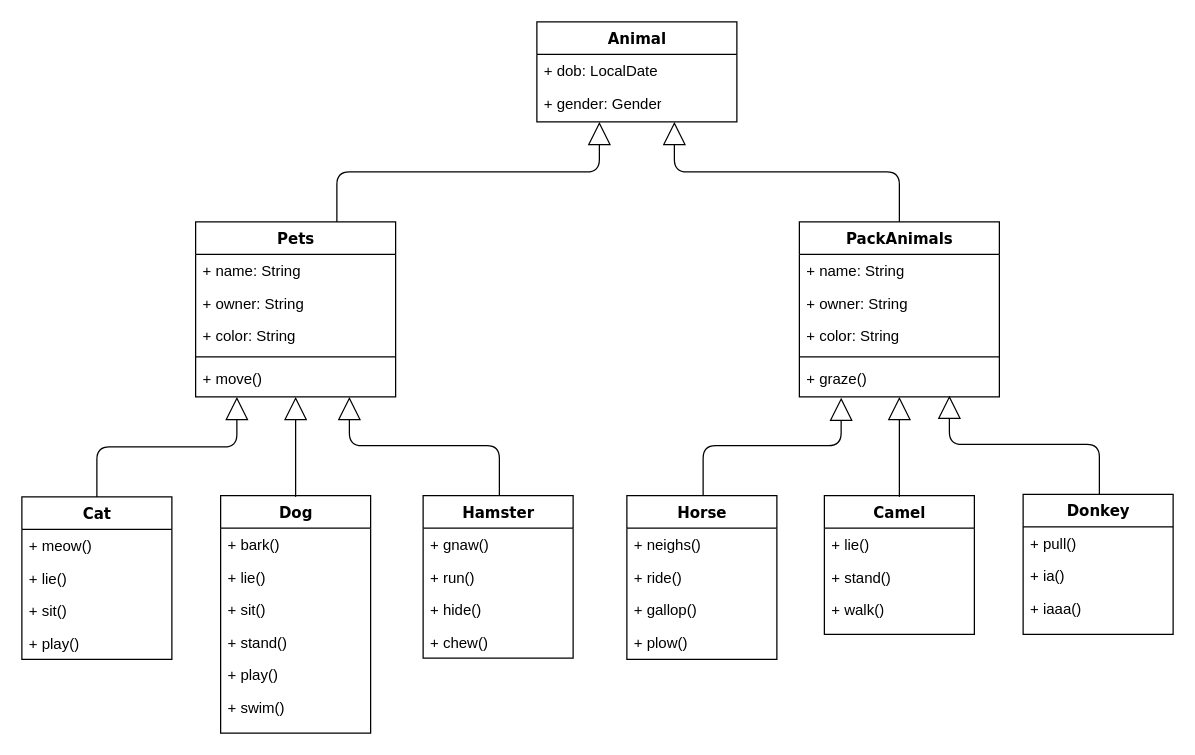
Before: Ubuntu commands, diagram, SQL queries/diagram.drawio in Alexey-Rotar/Animals, a draw.io diagram. Source tidied: cells renumbered, new cells numbered last; positions are measured from the earlier drawing's top-left corner, leaving out a move shared by most shapes. Both pictures are drawn from the tidied source at 125%, with x=0, y=0 at pixel (21, 21).
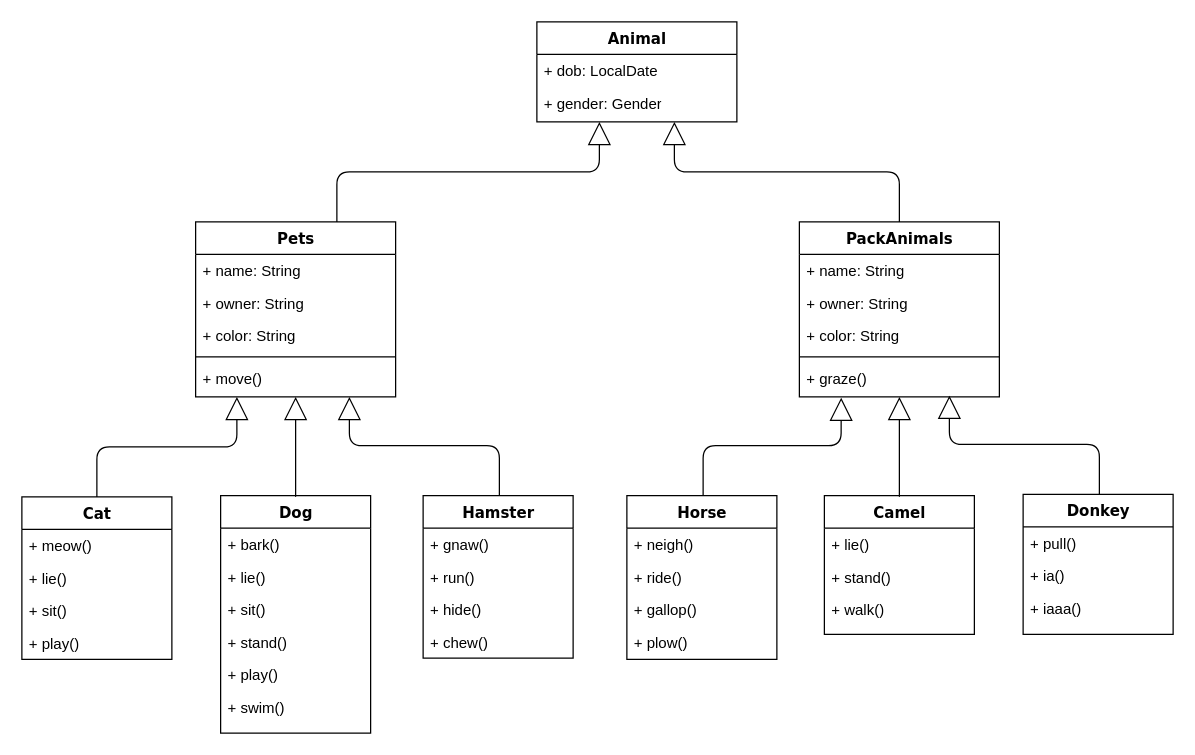
After the change.

The change refers to these unchanged cells:
```xml
<mxCell id="40" value="Horse" style="swimlane;html=1;fontStyle=1;align=center;verticalAlign=top;horizontal=1;startSize=26;swimlaneFillColor=#ffffff;rounded=0;shadow=0;comic=0;labelBackgroundColor=none;strokeWidth=1;fillColor=none;fontFamily=Verdana;fontSize=12;" parent="1" vertex="1">
  <mxGeometry x="484" y="379" width="120" height="131" as="geometry" />
</mxCell>
```

The edit, as a diff of the source:
```diff
@@
-    <mxCell id="41" value="+ neighs()" style="text;html=1;strokeColor=none;fillColor=none;align=left;verticalAlign=top;spacingLeft=4;spacingRight=4;whiteSpace=wrap;overflow=hidden;" parent="40" vertex="1">
+    <mxCell id="41" value="+ neigh()" style="text;html=1;strokeColor=none;fillColor=none;align=left;verticalAlign=top;spacingLeft=4;spacingRight=4;whiteSpace=wrap;overflow=hidden;" parent="40" vertex="1">
       <mxGeometry y="26" width="120" height="26" as="geometry" />
     </mxCell>
```
